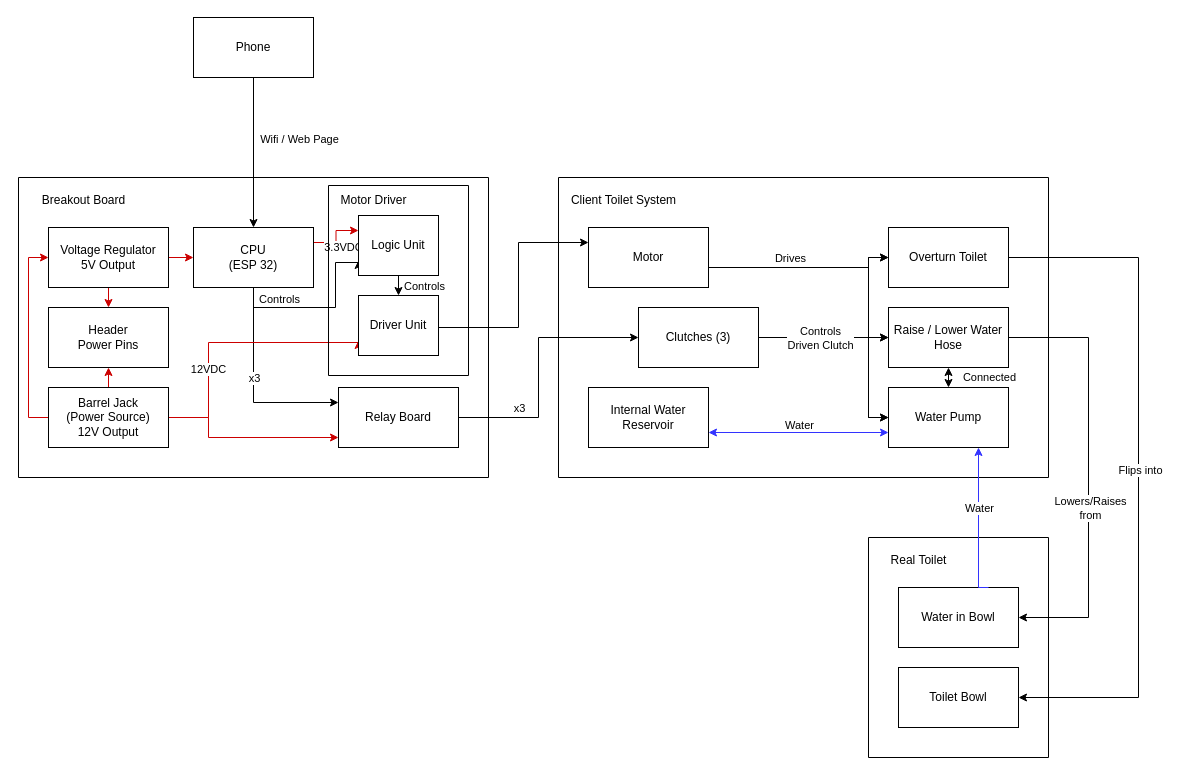
The draw.io diagram Breakout Board Block Diagram.drawio in AHNox/TTB-KiCAD-FIles, before the edit. Source tidied: cells renumbered, new cells numbered last; positions are measured from the earlier drawing's top-left corner, leaving out a move shared by most shapes. Both pictures are drawn from the tidied source at 100%, with x=0, y=0 at pixel (18, 17).
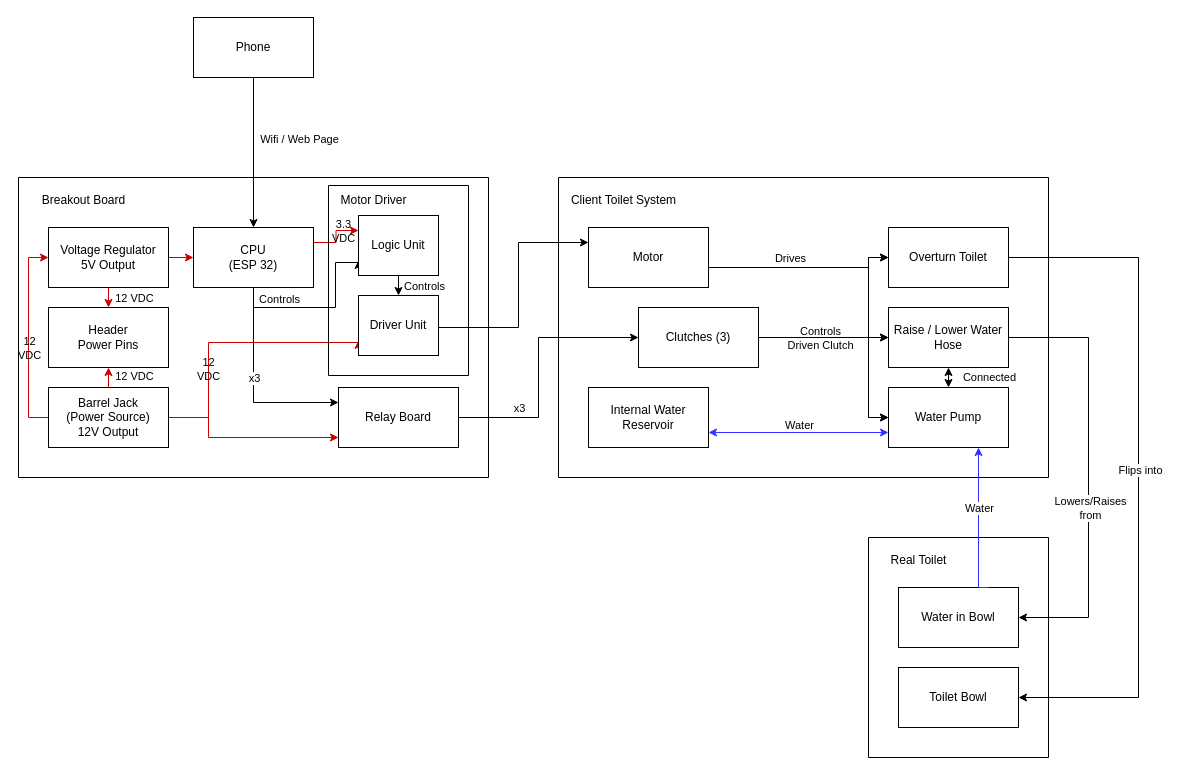
After the change.

The change refers to these unchanged cells:
```xml
<mxCell id="12" style="edgeStyle=orthogonalEdgeStyle;rounded=0;jettySize=auto;html=1;exitX=1;exitY=0.25;exitDx=0;exitDy=0;entryX=0;entryY=0.25;entryDx=0;entryDy=0;strokeColor=#CC0000;" parent="2" edge="1" source="14" target="25">
  <mxGeometry relative="1" as="geometry" />
</mxCell>
<mxCell id="19" style="edgeStyle=orthogonalEdgeStyle;rounded=0;jettySize=auto;html=1;exitX=1;exitY=0.5;exitDx=0;exitDy=0;entryX=0;entryY=0.75;entryDx=0;entryDy=0;strokeColor=#CC0000;" parent="2" edge="1" source="21" target="27">
  <mxGeometry relative="1" as="geometry">
    <Array as="points">
      <mxPoint x="190" y="240" />
      <mxPoint x="190" y="165" />
    </Array>
  </mxGeometry>
</mxCell>
<mxCell id="44" style="edgeStyle=orthogonalEdgeStyle;rounded=0;jettySize=auto;html=1;exitX=1;exitY=0.5;exitDx=0;exitDy=0;entryX=0;entryY=0.5;entryDx=0;entryDy=0;" parent="28" edge="1" source="46" target="41">
  <mxGeometry relative="1" as="geometry">
    <Array as="points">
      <mxPoint x="310" y="160" />
      <mxPoint x="310" y="240" />
    </Array>
  </mxGeometry>
</mxCell>
<mxCell id="59" style="edgeStyle=orthogonalEdgeStyle;rounded=0;jettySize=auto;html=1;exitX=1;exitY=0.5;exitDx=0;exitDy=0;entryX=1;entryY=0.5;entryDx=0;entryDy=0;" parent="1" edge="1" source="38" target="51">
  <mxGeometry relative="1" as="geometry">
    <Array as="points">
      <mxPoint x="1070" y="320" />
      <mxPoint x="1070" y="600" />
    </Array>
  </mxGeometry>
</mxCell>
```

Diff of the diagram source:
```diff
@@
-    <mxCell id="2" style="swimlane;startSize=0;" parent="1" vertex="1">
+    <mxCell id="2" style="swimlane;startSize=0;fillColor=none;" parent="1" vertex="1">
       <mxGeometry y="160" width="470" height="300" as="geometry" />
     </mxCell>
@@
-    <mxCell id="13" value="3.3VDC" style="edgeLabel;html=1;align=center;verticalAlign=middle;" parent="12" vertex="1">
+    <mxCell id="13" value="3.3&lt;div&gt;VDC&lt;/div&gt;" style="edgeLabel;html=1;align=center;verticalAlign=middle;labelBackgroundColor=none;" parent="12" vertex="1">
       <mxGeometry x="-0.11" relative="1" as="geometry">
-        <mxPoint x="7" y="7" as="offset" />
+        <mxPoint x="7" y="-9" as="offset" />
       </mxGeometry>
     </mxCell>
@@
-    <mxCell id="20" value="12VDC" style="edgeLabel;html=1;align=center;verticalAlign=middle;" parent="19" vertex="1">
+    <mxCell id="20" value="12&lt;div&gt;VDC&lt;/div&gt;" style="edgeLabel;html=1;align=center;verticalAlign=middle;labelBackgroundColor=none;" parent="19" vertex="1">
       <mxGeometry x="-0.33" y="1" relative="1" as="geometry" />
     </mxCell>
@@
+    <mxCell id="64" value="12&lt;div&gt;VDC&lt;/div&gt;" style="edgeLabel;html=1;align=center;verticalAlign=middle;labelBackgroundColor=none;" parent="2" vertex="1">
+      <mxGeometry x="10" y="170" as="geometry" />
+    </mxCell>
+    <mxCell id="65" value="12&amp;nbsp;&lt;span style=&quot;background-color: transparent; color: light-dark(rgb(0, 0, 0), rgb(255, 255, 255));&quot;&gt;VDC&lt;/span&gt;" style="edgeLabel;html=1;align=center;verticalAlign=middle;labelBackgroundColor=none;" parent="2" vertex="1">
+      <mxGeometry x="115" y="198" as="geometry" />
+    </mxCell>
+    <mxCell id="66" value="12&amp;nbsp;&lt;span style=&quot;background-color: transparent; color: light-dark(rgb(0, 0, 0), rgb(255, 255, 255));&quot;&gt;VDC&lt;/span&gt;" style="edgeLabel;html=1;align=center;verticalAlign=middle;labelBackgroundColor=none;" parent="2" vertex="1">
+      <mxGeometry x="115" y="120" as="geometry" />
+    </mxCell>
@@
-    <mxCell id="45" value="Controls&lt;div&gt;Driven Clutch&lt;/div&gt;" style="edgeLabel;html=1;align=center;verticalAlign=middle;" parent="44" vertex="1">
+    <mxCell id="45" value="Controls&lt;div&gt;Driven Clutch&lt;/div&gt;" style="edgeLabel;html=1;align=center;verticalAlign=middle;labelBackgroundColor=none;" parent="44" vertex="1">
       <mxGeometry x="-0.66" y="1" relative="1" as="geometry">
         <mxPoint x="25" y="1" as="offset" />
       </mxGeometry>
     </mxCell>
@@
-    <mxCell id="60" value="Lowers/Raises&lt;div&gt;from&lt;/div&gt;" style="edgeLabel;html=1;align=center;verticalAlign=middle;" parent="59" vertex="1">
+    <mxCell id="60" value="Lowers/Raises&lt;div&gt;from&lt;/div&gt;" style="edgeLabel;html=1;align=center;verticalAlign=middle;labelBackgroundColor=default;" parent="59" vertex="1">
       <mxGeometry x="0.08" y="1" relative="1" as="geometry">
         <mxPoint y="18" as="offset" />
       </mxGeometry>
     </mxCell>
```
